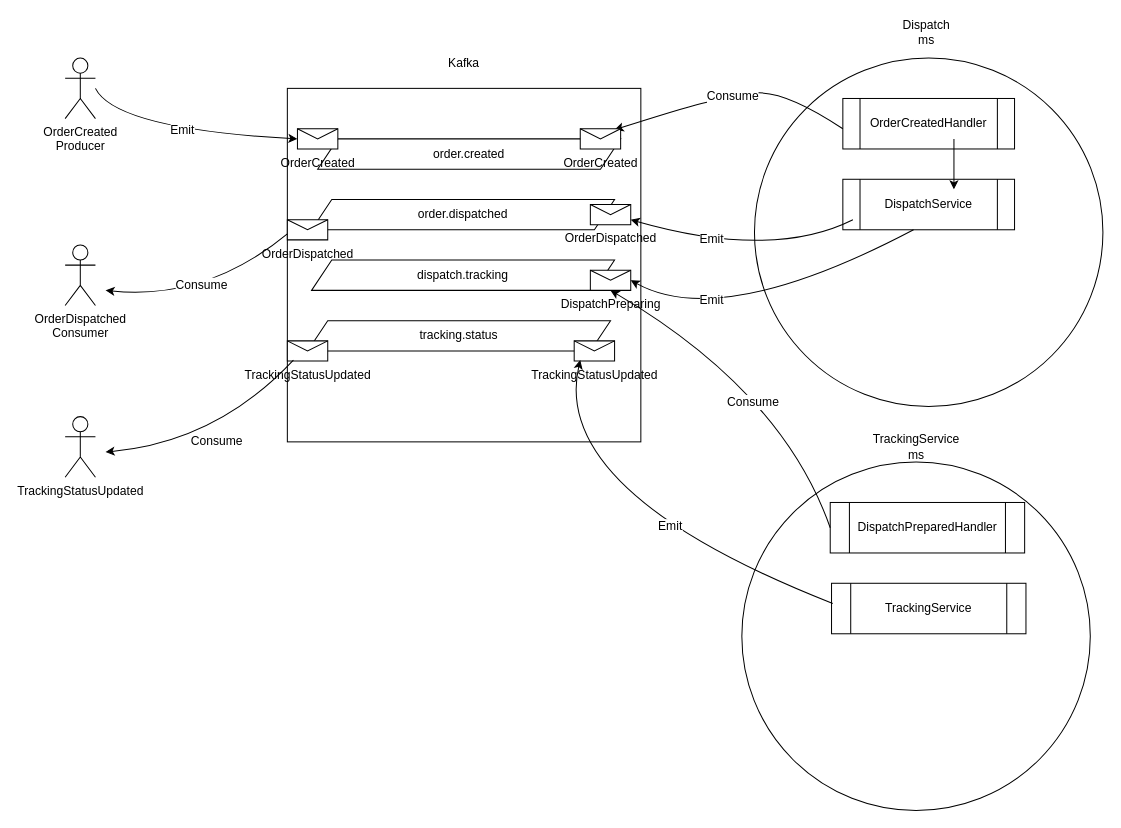
The draw.io diagram Kafka_order.drawio in JensErikPedersen/drawio, before the edit. Source tidied: cells renumbered, new cells numbered last; positions are measured from the earlier drawing's top-left corner, leaving out a move shared by most shapes. Both pictures are drawn from the tidied source at 101%, with x=0, y=0 at pixel (65, 17).
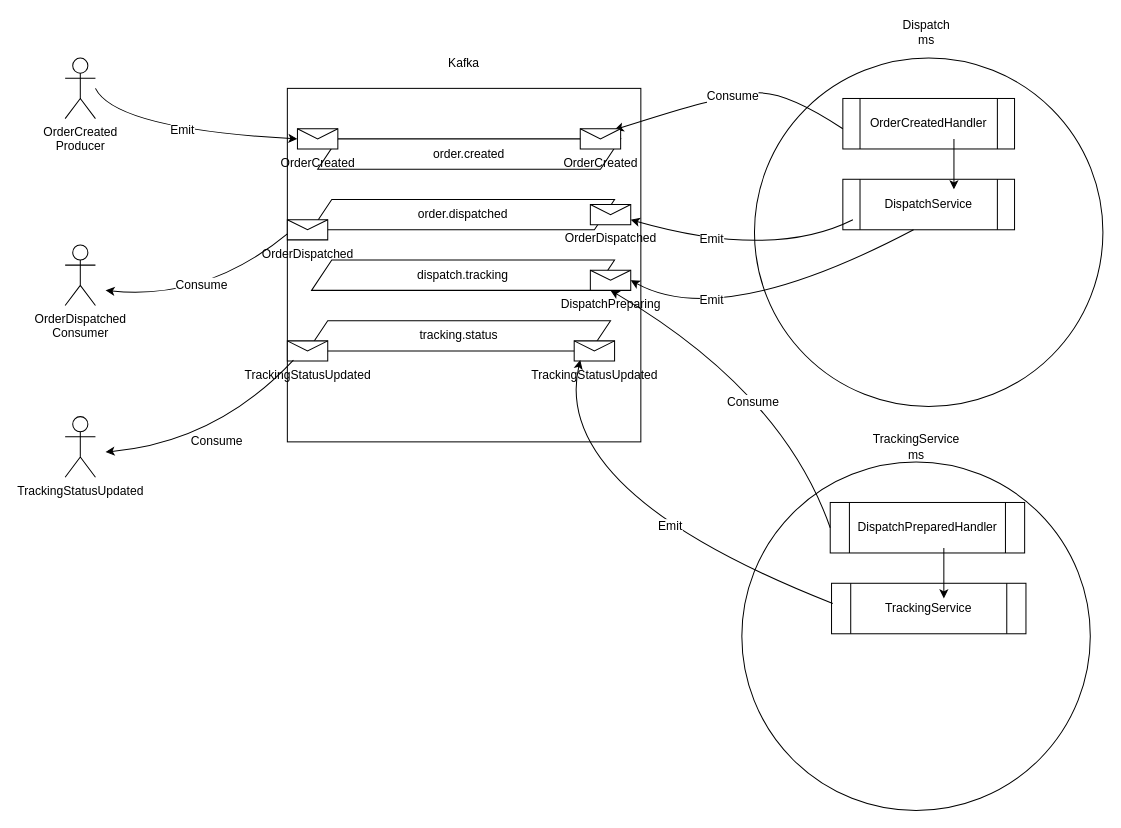
The same diagram, later.

What changed in the source:
```diff
@@
+    <mxCell id="37" style="endArrow=classic;html=1;rounded=0;fontFamily=Helvetica;fontSize=12;fontColor=default;" parent="1" edge="1">
+      <mxGeometry relative="1" as="geometry">
+        <mxPoint x="870" y="525" as="sourcePoint" />
+        <mxPoint x="870" y="575" as="targetPoint" />
+      </mxGeometry>
+    </mxCell>
```
